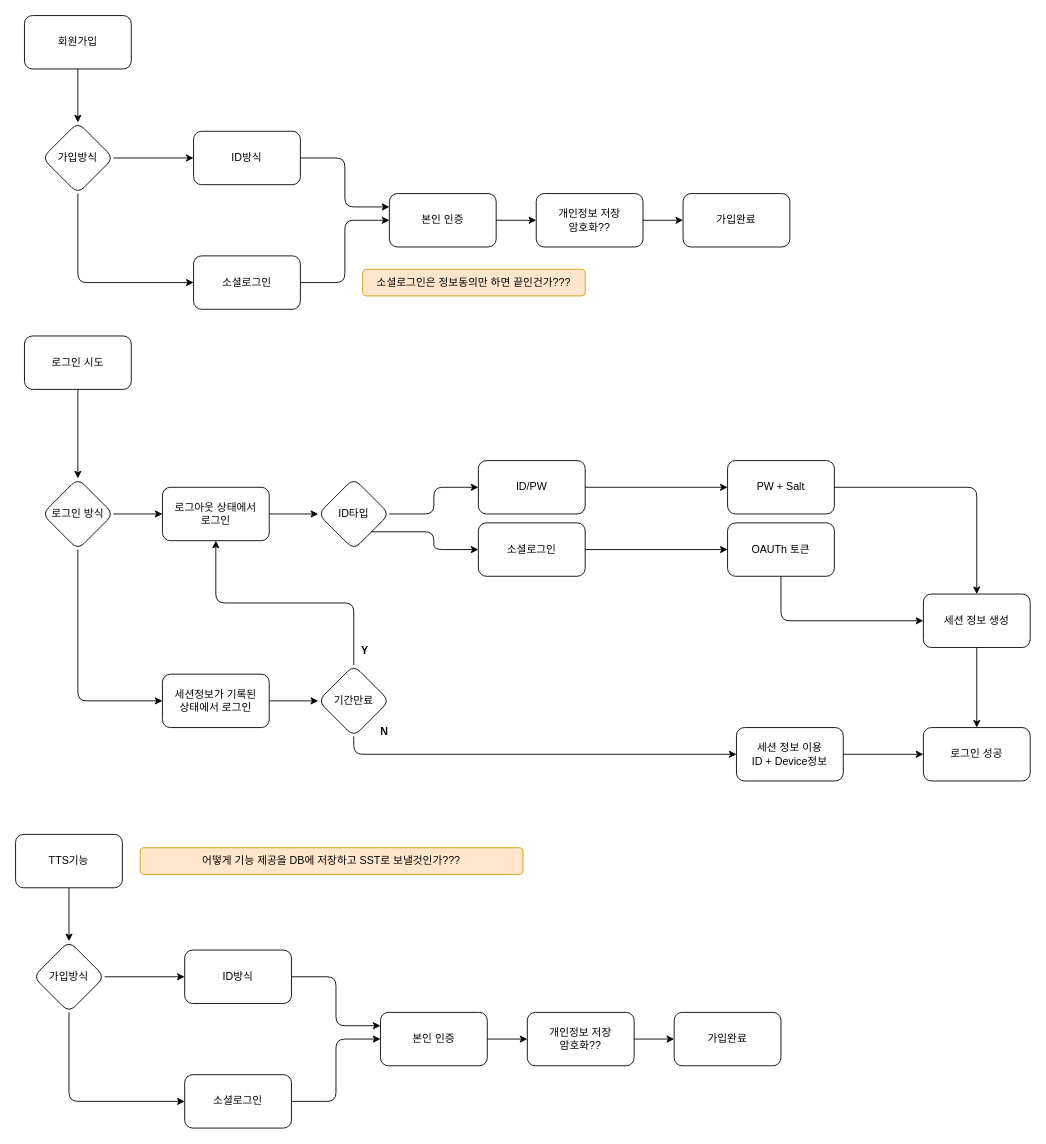
The draw.io diagram Vuides.drawio in hayarobyjy/JY_Code, before the edit. Source tidied: cells renumbered, new cells numbered last; positions are measured from the earlier drawing's top-left corner, leaving out a move shared by most shapes. Both pictures are drawn from the tidied source at 89%, with x=0, y=0 at pixel (15, 15).
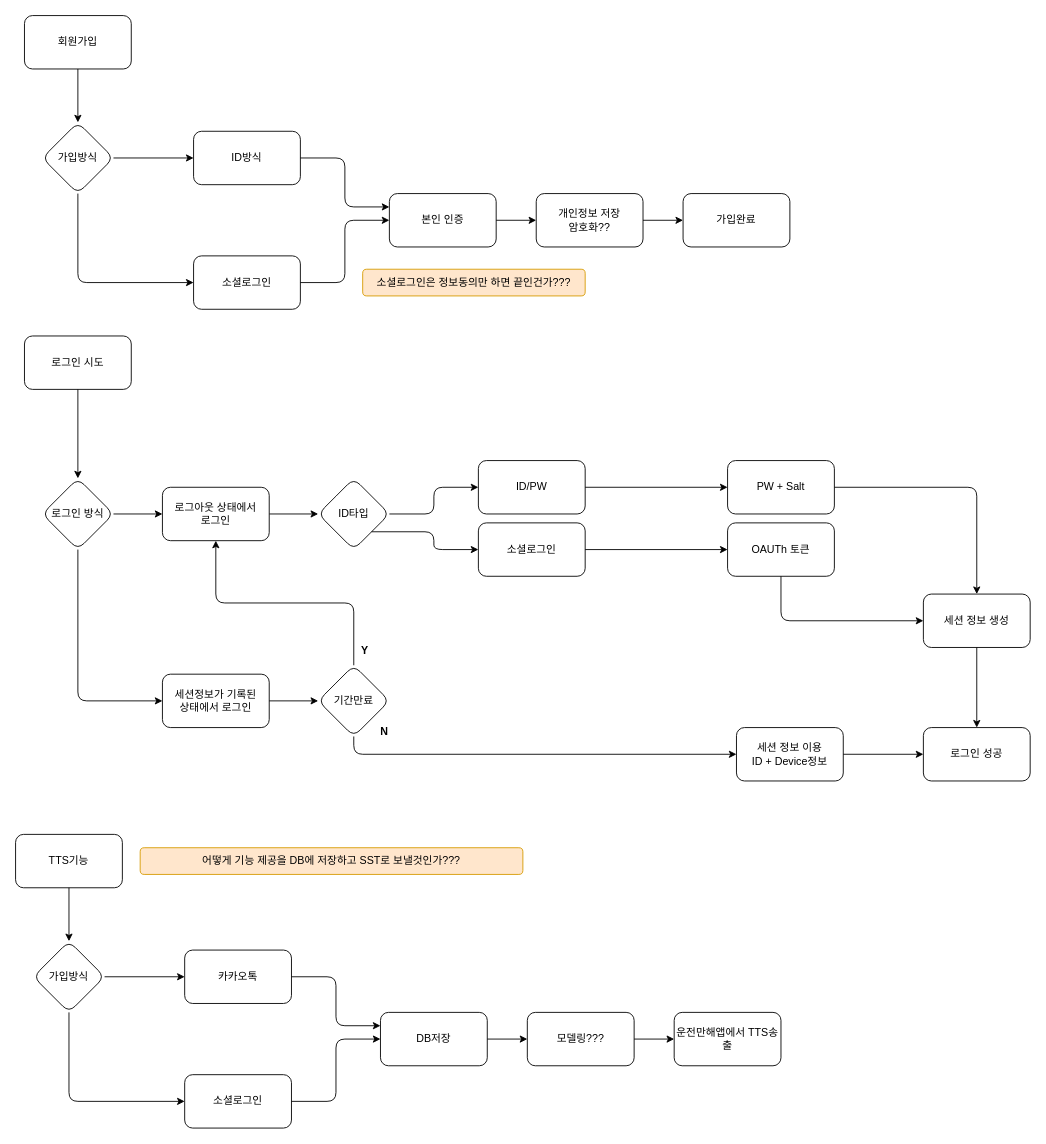
After the change.

The edit, as a diff of the source:
```diff
@@
-    <mxCell id="53" value="ID방식" style="rounded=1;whiteSpace=wrap;html=1;" parent="1" vertex="1">
+    <mxCell id="53" value="카카오톡" style="rounded=1;whiteSpace=wrap;html=1;" parent="1" vertex="1">
       <mxGeometry x="190" y="1050" width="120" height="60" as="geometry" />
     </mxCell>
@@
-    <mxCell id="57" value="본인 인증" style="rounded=1;whiteSpace=wrap;html=1;" parent="1" vertex="1">
+    <mxCell id="57" value="DB저장" style="rounded=1;whiteSpace=wrap;html=1;" parent="1" vertex="1">
       <mxGeometry x="410" y="1120" width="120" height="60" as="geometry" />
     </mxCell>
@@
-    <mxCell id="60" value="개인정보 저장&lt;br&gt;암호화??" style="rounded=1;whiteSpace=wrap;html=1;" parent="1" vertex="1">
+    <mxCell id="60" value="모델링???" style="rounded=1;whiteSpace=wrap;html=1;" parent="1" vertex="1">
       <mxGeometry x="575" y="1120" width="120" height="60" as="geometry" />
     </mxCell>
@@
-    <mxCell id="62" value="가입완료" style="rounded=1;whiteSpace=wrap;html=1;" parent="1" vertex="1">
+    <mxCell id="62" value="운전만해앱에서 TTS송출" style="rounded=1;whiteSpace=wrap;html=1;" parent="1" vertex="1">
       <mxGeometry x="740" y="1120" width="120" height="60" as="geometry" />
     </mxCell>
```
